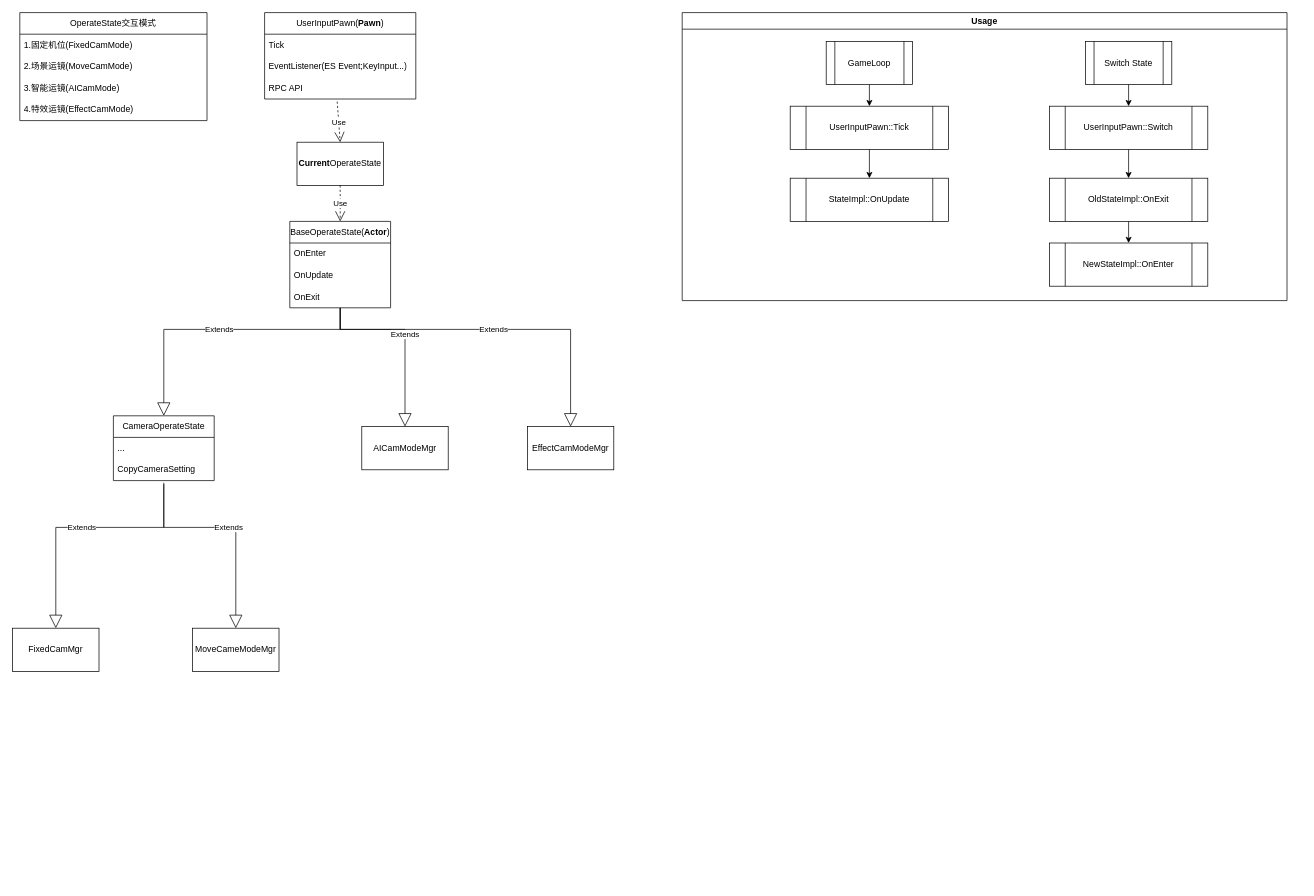
Above: cameramode.drawio in Owlcean/drawiorecord (draw.io), before the change. Source tidied: cells renumbered, new cells numbered last; positions are measured from the earlier drawing's top-left corner, leaving out a move shared by most shapes. Both pictures are drawn from the tidied source at 72%, with x=0, y=0 at pixel (12, 12).
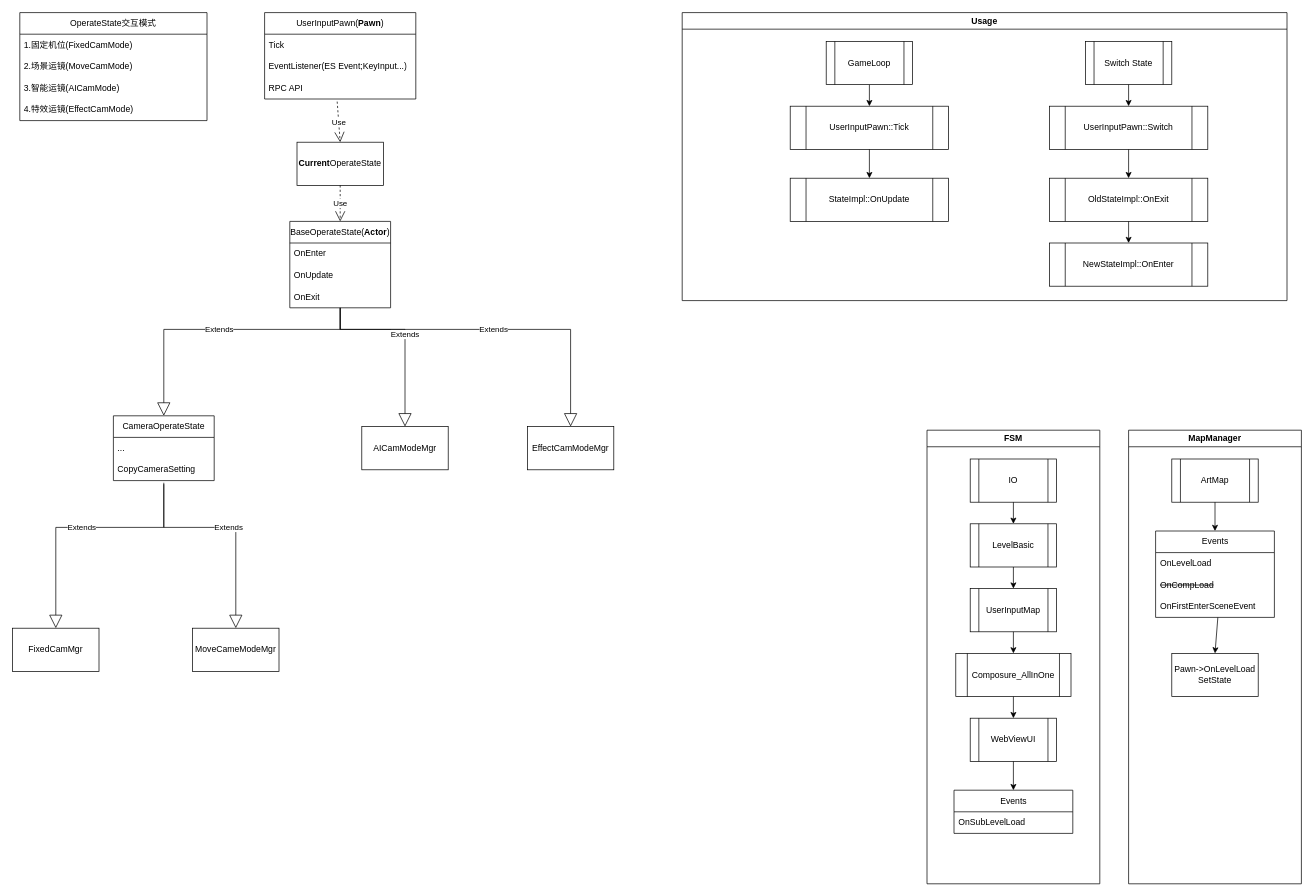
Above is the later version.

What changed in the source:
```diff
@@
+    <mxCell id="43" value="IO" style="shape=process;whiteSpace=wrap;html=1;backgroundOutline=1;" parent="1" vertex="1">
+      <mxGeometry x="1330" y="620" width="120" height="60" as="geometry" />
+    </mxCell>
+    <mxCell id="44" value="LevelBasic" style="shape=process;whiteSpace=wrap;html=1;backgroundOutline=1;" parent="1" vertex="1">
+      <mxGeometry x="1330" y="710" width="120" height="60" as="geometry" />
+    </mxCell>
+    <mxCell id="45" value="UserInputMap" style="shape=process;whiteSpace=wrap;html=1;backgroundOutline=1;" parent="1" vertex="1">
+      <mxGeometry x="1330" y="800" width="120" height="60" as="geometry" />
+    </mxCell>
+    <mxCell id="46" value="Composure_AllInOne" style="shape=process;whiteSpace=wrap;html=1;backgroundOutline=1;" parent="1" vertex="1">
+      <mxGeometry x="1310" y="890" width="160" height="60" as="geometry" />
+    </mxCell>
+    <mxCell id="47" value="WebViewUI" style="shape=process;whiteSpace=wrap;html=1;backgroundOutline=1;" parent="1" vertex="1">
+      <mxGeometry x="1330" y="980" width="120" height="60" as="geometry" />
+    </mxCell>
+    <mxCell id="48" style="endArrow=classic;html=1;rounded=0;exitX=0.5;exitY=1;exitDx=0;exitDy=0;entryX=0.5;entryY=0;entryDx=0;entryDy=0;" parent="1" edge="1" source="43" target="44">
+      <mxGeometry relative="1" as="geometry" />
+    </mxCell>
+    <mxCell id="49" style="endArrow=classic;html=1;rounded=0;exitX=0.5;exitY=1;exitDx=0;exitDy=0;entryX=0.5;entryY=0;entryDx=0;entryDy=0;" parent="1" edge="1" source="44" target="45">
+      <mxGeometry relative="1" as="geometry" />
+    </mxCell>
+    <mxCell id="50" style="endArrow=classic;html=1;rounded=0;exitX=0.5;exitY=1;exitDx=0;exitDy=0;entryX=0.5;entryY=0;entryDx=0;entryDy=0;" parent="1" edge="1" source="45" target="46">
+      <mxGeometry relative="1" as="geometry" />
+    </mxCell>
+    <mxCell id="51" style="endArrow=classic;html=1;rounded=0;exitX=0.5;exitY=1;exitDx=0;exitDy=0;entryX=0.5;entryY=0;entryDx=0;entryDy=0;" parent="1" edge="1" source="46" target="47">
+      <mxGeometry relative="1" as="geometry" />
+    </mxCell>
+    <mxCell id="52" value="FSM" style="swimlane;whiteSpace=wrap;html=1;" parent="1" vertex="1">
+      <mxGeometry x="1270" y="580" width="240" height="630" as="geometry" />
+    </mxCell>
+    <mxCell id="53" value="Events" style="swimlane;fontStyle=0;horizontal=1;startSize=30;whiteSpace=wrap;html=1;" parent="52" vertex="1">
+      <mxGeometry x="37.5" y="500" width="165" height="60" as="geometry" />
+    </mxCell>
+    <mxCell id="54" value="&lt;span style=&quot;text-align: center;&quot;&gt;OnSubLevelLoad&lt;/span&gt;" style="text;strokeColor=none;fillColor=none;align=left;verticalAlign=middle;spacingLeft=4;spacingRight=4;overflow=hidden;whiteSpace=wrap;html=1;" parent="53" vertex="1">
+      <mxGeometry y="30" width="165" height="30" as="geometry" />
+    </mxCell>
+    <mxCell id="55" style="endArrow=classic;html=1;rounded=0;exitX=0.5;exitY=1;exitDx=0;exitDy=0;entryX=0.5;entryY=0;entryDx=0;entryDy=0;" parent="1" edge="1" source="47" target="53">
+      <mxGeometry relative="1" as="geometry" />
+    </mxCell>
+    <mxCell id="56" value="MapManager" style="swimlane;whiteSpace=wrap;html=1;" parent="1" vertex="1">
+      <mxGeometry x="1550" y="580" width="240" height="630" as="geometry" />
+    </mxCell>
+    <mxCell id="57" value="Events" style="swimlane;fontStyle=0;horizontal=1;startSize=30;whiteSpace=wrap;html=1;" parent="56" vertex="1">
+      <mxGeometry x="37.5" y="140" width="165" height="120" as="geometry" />
+    </mxCell>
+    <mxCell id="58" value="&lt;span style=&quot;text-align: center;&quot;&gt;OnLevelLoad&lt;/span&gt;" style="text;strokeColor=none;fillColor=none;align=left;verticalAlign=middle;spacingLeft=4;spacingRight=4;overflow=hidden;whiteSpace=wrap;html=1;" parent="57" vertex="1">
+      <mxGeometry y="30" width="165" height="30" as="geometry" />
+    </mxCell>
+    <mxCell id="59" value="&lt;strike style=&quot;text-align: center;&quot;&gt;OnCompLoad&lt;/strike&gt;" style="text;strokeColor=none;fillColor=none;align=left;verticalAlign=middle;spacingLeft=4;spacingRight=4;overflow=hidden;whiteSpace=wrap;html=1;" parent="57" vertex="1">
+      <mxGeometry y="60" width="165" height="30" as="geometry" />
+    </mxCell>
+    <mxCell id="60" value="&lt;span style=&quot;text-align: center;&quot;&gt;OnFirstEnterSceneEvent&lt;/span&gt;" style="text;strokeColor=none;fillColor=none;align=left;verticalAlign=middle;spacingLeft=4;spacingRight=4;overflow=hidden;points=[[0,0.5],[1,0.5]];portConstraint=eastwest;whiteSpace=wrap;html=1;" parent="57" vertex="1">
+      <mxGeometry y="90" width="165" height="30" as="geometry" />
+    </mxCell>
+    <mxCell id="61" value="ArtMap" style="shape=process;whiteSpace=wrap;html=1;backgroundOutline=1;" parent="56" vertex="1">
+      <mxGeometry x="60" y="40" width="120" height="60" as="geometry" />
+    </mxCell>
+    <mxCell id="62" style="endArrow=classic;html=1;rounded=0;exitX=0.5;exitY=1;exitDx=0;exitDy=0;entryX=0.5;entryY=0;entryDx=0;entryDy=0;" parent="56" edge="1" source="61" target="57">
+      <mxGeometry relative="1" as="geometry" />
+    </mxCell>
+    <mxCell id="63" value="Pawn-&amp;gt;OnLevelLoad&lt;div&gt;SetState&lt;/div&gt;" style="rounded=0;whiteSpace=wrap;html=1;" parent="56" vertex="1">
+      <mxGeometry x="60" y="310" width="120" height="60" as="geometry" />
+    </mxCell>
+    <mxCell id="64" style="endArrow=classic;html=1;rounded=0;exitX=0.524;exitY=1;exitDx=0;exitDy=0;exitPerimeter=0;entryX=0.5;entryY=0;entryDx=0;entryDy=0;" parent="56" edge="1" source="60" target="63">
+      <mxGeometry relative="1" as="geometry" />
+    </mxCell>
```
